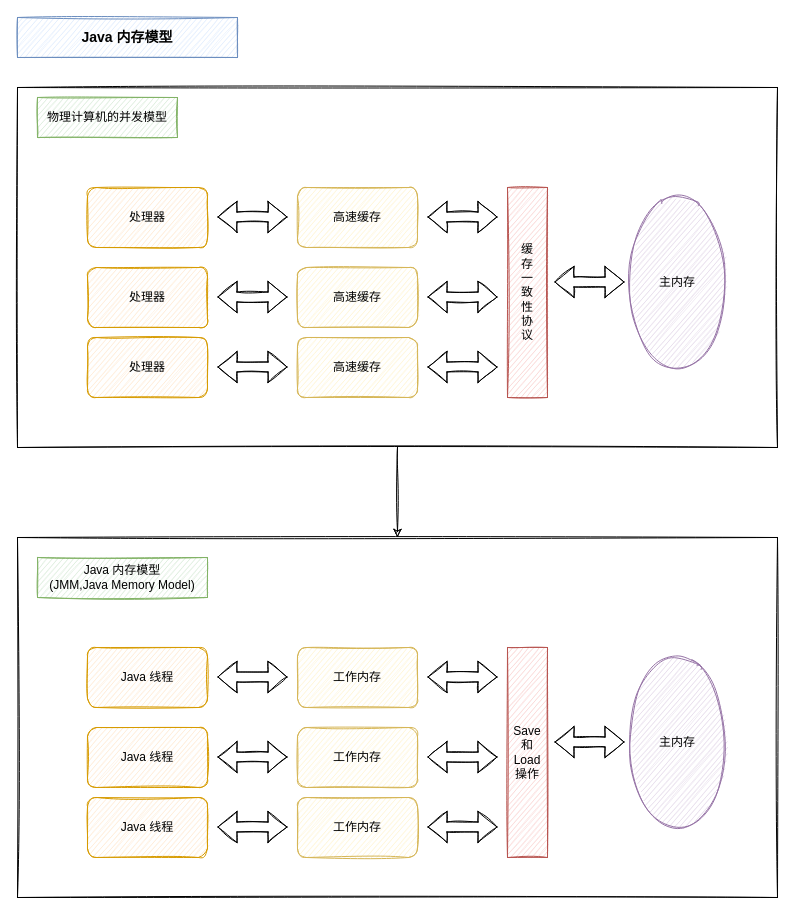
Before: jvm/Java内存模型.drawio in YinggangDong/diagrams, a draw.io diagram. Source tidied: cells renumbered, new cells numbered last; positions are measured from the earlier drawing's top-left corner, leaving out a move shared by most shapes. Both pictures are drawn from the tidied source at 100%, with x=0, y=0 at pixel (17, 17).
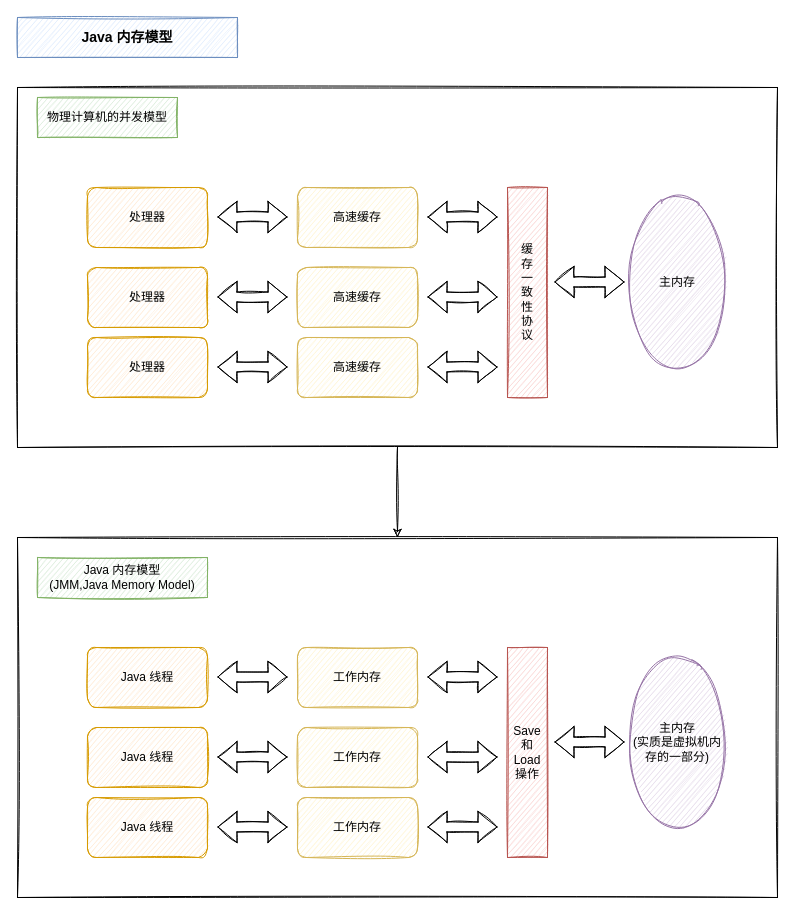
After the change.

What changed in the source:
```diff
@@
-    <mxCell id="35" value="主内存" style="ellipse;whiteSpace=wrap;html=1;rounded=1;sketch=1;strokeColor=#9673a6;fillColor=#e1d5e7;shadow=0;spacingLeft=0;spacingRight=0;spacingTop=0;spacing=2;verticalAlign=middle;horizontal=1;labelBorderColor=none;noLabel=0;fixDash=0;" parent="1" vertex="1">
+    <mxCell id="35" value="主内存&lt;br&gt;(实质是虚拟机内存的一部分)" style="ellipse;whiteSpace=wrap;html=1;rounded=1;sketch=1;strokeColor=#9673a6;fillColor=#e1d5e7;shadow=0;spacingLeft=0;spacingRight=0;spacingTop=0;spacing=2;verticalAlign=middle;horizontal=1;labelBorderColor=none;noLabel=0;fixDash=0;" parent="1" vertex="1">
       <mxGeometry x="610" y="640" width="100" height="170" as="geometry" />
     </mxCell>
```
